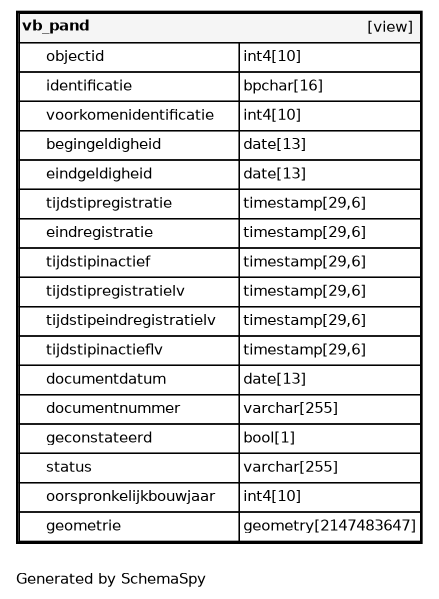
Above: datamodel/schemaspy/bag/diagrams/tables/vb_pand.1degree.png in B3Partners/brmo (Graphviz), before the change. Its source is kept beside it as datamodel/schemaspy/bag/diagrams/tables/vb_pand.1degree.dot. Source of this version:
```dot
digraph "oneDegreeRelationshipsDiagram" {
  graph [    rankdir="RL"    bgcolor="#ffffff"    label="\nGenerated by SchemaSpy"    labeljust="l"    nodesep="0.18"    ranksep="0.46"    fontname="Helvetica"    fontsize="11"    ration="compress"  ];  node [    fontname="Helvetica"    fontsize="11"    shape="plaintext"  ];  edge [    arrowsize="0.8"  ];
  "vb_pand" [
   label=<
    <TABLE BORDER="2" CELLBORDER="1" CELLSPACING="0" BGCOLOR="#ffffff">
      <TR><TD COLSPAN="4"  BGCOLOR="#f5f5f5"><TABLE BORDER="0" CELLSPACING="0"><TR><TD ALIGN="LEFT" FIXEDSIZE="TRUE" WIDTH="49" HEIGHT="16"><B>vb_pand</B></TD><TD ALIGN="RIGHT">[view]</TD></TR></TABLE></TD></TR>
      <TR><TD PORT="objectid" COLSPAN="2" ALIGN="LEFT"><TABLE BORDER="0" CELLSPACING="0" ALIGN="LEFT"><TR ALIGN="LEFT"><TD ALIGN="LEFT" FIXEDSIZE="TRUE" WIDTH="15" HEIGHT="16"></TD><TD ALIGN="LEFT" FIXEDSIZE="TRUE" WIDTH="144" HEIGHT="16">objectid</TD></TR></TABLE></TD><TD PORT="objectid.type" ALIGN="LEFT">int4[10]</TD></TR>
      <TR><TD PORT="identificatie" COLSPAN="2" ALIGN="LEFT"><TABLE BORDER="0" CELLSPACING="0" ALIGN="LEFT"><TR ALIGN="LEFT"><TD ALIGN="LEFT" FIXEDSIZE="TRUE" WIDTH="15" HEIGHT="16"></TD><TD ALIGN="LEFT" FIXEDSIZE="TRUE" WIDTH="144" HEIGHT="16">identificatie</TD></TR></TABLE></TD><TD PORT="identificatie.type" ALIGN="LEFT">bpchar[16]</TD></TR>
      <TR><TD PORT="voorkomenidentificatie" COLSPAN="2" ALIGN="LEFT"><TABLE BORDER="0" CELLSPACING="0" ALIGN="LEFT"><TR ALIGN="LEFT"><TD ALIGN="LEFT" FIXEDSIZE="TRUE" WIDTH="15" HEIGHT="16"></TD><TD ALIGN="LEFT" FIXEDSIZE="TRUE" WIDTH="144" HEIGHT="16">voorkomenidentificatie</TD></TR></TABLE></TD><TD PORT="voorkomenidentificatie.type" ALIGN="LEFT">int4[10]</TD></TR>
      <TR><TD PORT="begingeldigheid" COLSPAN="2" ALIGN="LEFT"><TABLE BORDER="0" CELLSPACING="0" ALIGN="LEFT"><TR ALIGN="LEFT"><TD ALIGN="LEFT" FIXEDSIZE="TRUE" WIDTH="15" HEIGHT="16"></TD><TD ALIGN="LEFT" FIXEDSIZE="TRUE" WIDTH="144" HEIGHT="16">begingeldigheid</TD></TR></TABLE></TD><TD PORT="begingeldigheid.type" ALIGN="LEFT">date[13]</TD></TR>
      <TR><TD PORT="eindgeldigheid" COLSPAN="2" ALIGN="LEFT"><TABLE BORDER="0" CELLSPACING="0" ALIGN="LEFT"><TR ALIGN="LEFT"><TD ALIGN="LEFT" FIXEDSIZE="TRUE" WIDTH="15" HEIGHT="16"></TD><TD ALIGN="LEFT" FIXEDSIZE="TRUE" WIDTH="144" HEIGHT="16">eindgeldigheid</TD></TR></TABLE></TD><TD PORT="eindgeldigheid.type" ALIGN="LEFT">date[13]</TD></TR>
      <TR><TD PORT="tijdstipregistratie" COLSPAN="2" ALIGN="LEFT"><TABLE BORDER="0" CELLSPACING="0" ALIGN="LEFT"><TR ALIGN="LEFT"><TD ALIGN="LEFT" FIXEDSIZE="TRUE" WIDTH="15" HEIGHT="16"></TD><TD ALIGN="LEFT" FIXEDSIZE="TRUE" WIDTH="144" HEIGHT="16">tijdstipregistratie</TD></TR></TABLE></TD><TD PORT="tijdstipregistratie.type" ALIGN="LEFT">timestamp[29,6]</TD></TR>
      <TR><TD PORT="eindregistratie" COLSPAN="2" ALIGN="LEFT"><TABLE BORDER="0" CELLSPACING="0" ALIGN="LEFT"><TR ALIGN="LEFT"><TD ALIGN="LEFT" FIXEDSIZE="TRUE" WIDTH="15" HEIGHT="16"></TD><TD ALIGN="LEFT" FIXEDSIZE="TRUE" WIDTH="144" HEIGHT="16">eindregistratie</TD></TR></TABLE></TD><TD PORT="eindregistratie.type" ALIGN="LEFT">timestamp[29,6]</TD></TR>
      <TR><TD PORT="tijdstipinactief" COLSPAN="2" ALIGN="LEFT"><TABLE BORDER="0" CELLSPACING="0" ALIGN="LEFT"><TR ALIGN="LEFT"><TD ALIGN="LEFT" FIXEDSIZE="TRUE" WIDTH="15" HEIGHT="16"></TD><TD ALIGN="LEFT" FIXEDSIZE="TRUE" WIDTH="144" HEIGHT="16">tijdstipinactief</TD></TR></TABLE></TD><TD PORT="tijdstipinactief.type" ALIGN="LEFT">timestamp[29,6]</TD></TR>
      <TR><TD PORT="tijdstipregistratielv" COLSPAN="2" ALIGN="LEFT"><TABLE BORDER="0" CELLSPACING="0" ALIGN="LEFT"><TR ALIGN="LEFT"><TD ALIGN="LEFT" FIXEDSIZE="TRUE" WIDTH="15" HEIGHT="16"></TD><TD ALIGN="LEFT" FIXEDSIZE="TRUE" WIDTH="144" HEIGHT="16">tijdstipregistratielv</TD></TR></TABLE></TD><TD PORT="tijdstipregistratielv.type" ALIGN="LEFT">timestamp[29,6]</TD></TR>
      <TR><TD PORT="tijdstipeindregistratielv" COLSPAN="2" ALIGN="LEFT"><TABLE BORDER="0" CELLSPACING="0" ALIGN="LEFT"><TR ALIGN="LEFT"><TD ALIGN="LEFT" FIXEDSIZE="TRUE" WIDTH="15" HEIGHT="16"></TD><TD ALIGN="LEFT" FIXEDSIZE="TRUE" WIDTH="144" HEIGHT="16">tijdstipeindregistratielv</TD></TR></TABLE></TD><TD PORT="tijdstipeindregistratielv.type" ALIGN="LEFT">timestamp[29,6]</TD></TR>
      <TR><TD PORT="tijdstipinactieflv" COLSPAN="2" ALIGN="LEFT"><TABLE BORDER="0" CELLSPACING="0" ALIGN="LEFT"><TR ALIGN="LEFT"><TD ALIGN="LEFT" FIXEDSIZE="TRUE" WIDTH="15" HEIGHT="16"></TD><TD ALIGN="LEFT" FIXEDSIZE="TRUE" WIDTH="144" HEIGHT="16">tijdstipinactieflv</TD></TR></TABLE></TD><TD PORT="tijdstipinactieflv.type" ALIGN="LEFT">timestamp[29,6]</TD></TR>
      <TR><TD PORT="documentdatum" COLSPAN="2" ALIGN="LEFT"><TABLE BORDER="0" CELLSPACING="0" ALIGN="LEFT"><TR ALIGN="LEFT"><TD ALIGN="LEFT" FIXEDSIZE="TRUE" WIDTH="15" HEIGHT="16"></TD><TD ALIGN="LEFT" FIXEDSIZE="TRUE" WIDTH="144" HEIGHT="16">documentdatum</TD></TR></TABLE></TD><TD PORT="documentdatum.type" ALIGN="LEFT">date[13]</TD></TR>
      <TR><TD PORT="documentnummer" COLSPAN="2" ALIGN="LEFT"><TABLE BORDER="0" CELLSPACING="0" ALIGN="LEFT"><TR ALIGN="LEFT"><TD ALIGN="LEFT" FIXEDSIZE="TRUE" WIDTH="15" HEIGHT="16"></TD><TD ALIGN="LEFT" FIXEDSIZE="TRUE" WIDTH="144" HEIGHT="16">documentnummer</TD></TR></TABLE></TD><TD PORT="documentnummer.type" ALIGN="LEFT">varchar[255]</TD></TR>
      <TR><TD PORT="geconstateerd" COLSPAN="2" ALIGN="LEFT"><TABLE BORDER="0" CELLSPACING="0" ALIGN="LEFT"><TR ALIGN="LEFT"><TD ALIGN="LEFT" FIXEDSIZE="TRUE" WIDTH="15" HEIGHT="16"></TD><TD ALIGN="LEFT" FIXEDSIZE="TRUE" WIDTH="144" HEIGHT="16">geconstateerd</TD></TR></TABLE></TD><TD PORT="geconstateerd.type" ALIGN="LEFT">bool[1]</TD></TR>
      <TR><TD PORT="status" COLSPAN="2" ALIGN="LEFT"><TABLE BORDER="0" CELLSPACING="0" ALIGN="LEFT"><TR ALIGN="LEFT"><TD ALIGN="LEFT" FIXEDSIZE="TRUE" WIDTH="15" HEIGHT="16"></TD><TD ALIGN="LEFT" FIXEDSIZE="TRUE" WIDTH="144" HEIGHT="16">status</TD></TR></TABLE></TD><TD PORT="status.type" ALIGN="LEFT">varchar[255]</TD></TR>
      <TR><TD PORT="oorspronkelijkbouwjaar" COLSPAN="2" ALIGN="LEFT"><TABLE BORDER="0" CELLSPACING="0" ALIGN="LEFT"><TR ALIGN="LEFT"><TD ALIGN="LEFT" FIXEDSIZE="TRUE" WIDTH="15" HEIGHT="16"></TD><TD ALIGN="LEFT" FIXEDSIZE="TRUE" WIDTH="144" HEIGHT="16">oorspronkelijkbouwjaar</TD></TR></TABLE></TD><TD PORT="oorspronkelijkbouwjaar.type" ALIGN="LEFT">int4[10]</TD></TR>
      <TR><TD PORT="geometrie" COLSPAN="2" ALIGN="LEFT"><TABLE BORDER="0" CELLSPACING="0" ALIGN="LEFT"><TR ALIGN="LEFT"><TD ALIGN="LEFT" FIXEDSIZE="TRUE" WIDTH="15" HEIGHT="16"></TD><TD ALIGN="LEFT" FIXEDSIZE="TRUE" WIDTH="144" HEIGHT="16">geometrie</TD></TR></TABLE></TD><TD PORT="geometrie.type" ALIGN="LEFT">geometry[2147483647]</TD></TR>
    </TABLE>>
    URL="vb_pand.html"
    target="_top"
    tooltip="vb_pand"
  ];
}
```
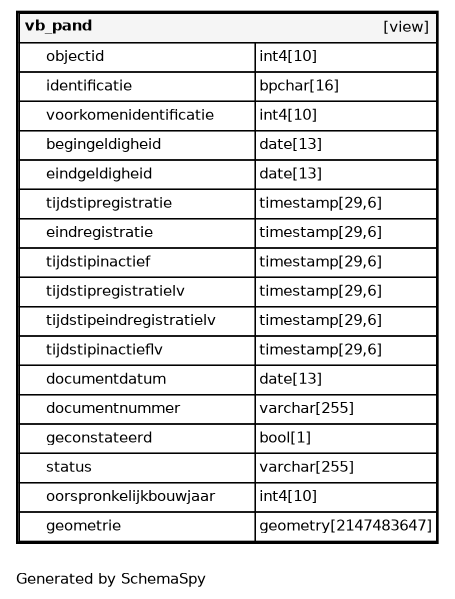
Later version of the same file.

Diff of the diagram source:
```diff
@@ -1,26 +1,26 @@
 digraph "oneDegreeRelationshipsDiagram" {
-  graph [    rankdir="RL"    bgcolor="#ffffff"    label="\nGenerated by SchemaSpy"    labeljust="l"    nodesep="0.18"    ranksep="0.46"    fontname="Helvetica"    fontsize="11"    ration="compress"  ];  node [    fontname="Helvetica"    fontsize="11"    shape="plaintext"  ];  edge [    arrowsize="0.8"  ];
+  graph [    rankdir="RL"    bgcolor="#ffffff"    label="\nGenerated by SchemaSpy"    labeljust="l"    nodesep="0.18"    ranksep="0.46"    fontname="Helvetica"    fontsize="11"    packmode="graph"  ];  node [    fontname="Helvetica"    fontsize="11"    shape="plaintext"  ];  edge [    arrowsize="0.8"  ];
   "vb_pand" [
    label=<
     <TABLE BORDER="2" CELLBORDER="1" CELLSPACING="0" BGCOLOR="#ffffff">
-      <TR><TD COLSPAN="4"  BGCOLOR="#f5f5f5"><TABLE BORDER="0" CELLSPACING="0"><TR><TD ALIGN="LEFT" FIXEDSIZE="TRUE" WIDTH="49" HEIGHT="16"><B>vb_pand</B></TD><TD ALIGN="RIGHT">[view]</TD></TR></TABLE></TD></TR>
-      <TR><TD PORT="objectid" COLSPAN="2" ALIGN="LEFT"><TABLE BORDER="0" CELLSPACING="0" ALIGN="LEFT"><TR ALIGN="LEFT"><TD ALIGN="LEFT" FIXEDSIZE="TRUE" WIDTH="15" HEIGHT="16"></TD><TD ALIGN="LEFT" FIXEDSIZE="TRUE" WIDTH="144" HEIGHT="16">objectid</TD></TR></TABLE></TD><TD PORT="objectid.type" ALIGN="LEFT">int4[10]</TD></TR>
-      <TR><TD PORT="identificatie" COLSPAN="2" ALIGN="LEFT"><TABLE BORDER="0" CELLSPACING="0" ALIGN="LEFT"><TR ALIGN="LEFT"><TD ALIGN="LEFT" FIXEDSIZE="TRUE" WIDTH="15" HEIGHT="16"></TD><TD ALIGN="LEFT" FIXEDSIZE="TRUE" WIDTH="144" HEIGHT="16">identificatie</TD></TR></TABLE></TD><TD PORT="identificatie.type" ALIGN="LEFT">bpchar[16]</TD></TR>
-      <TR><TD PORT="voorkomenidentificatie" COLSPAN="2" ALIGN="LEFT"><TABLE BORDER="0" CELLSPACING="0" ALIGN="LEFT"><TR ALIGN="LEFT"><TD ALIGN="LEFT" FIXEDSIZE="TRUE" WIDTH="15" HEIGHT="16"></TD><TD ALIGN="LEFT" FIXEDSIZE="TRUE" WIDTH="144" HEIGHT="16">voorkomenidentificatie</TD></TR></TABLE></TD><TD PORT="voorkomenidentificatie.type" ALIGN="LEFT">int4[10]</TD></TR>
-      <TR><TD PORT="begingeldigheid" COLSPAN="2" ALIGN="LEFT"><TABLE BORDER="0" CELLSPACING="0" ALIGN="LEFT"><TR ALIGN="LEFT"><TD ALIGN="LEFT" FIXEDSIZE="TRUE" WIDTH="15" HEIGHT="16"></TD><TD ALIGN="LEFT" FIXEDSIZE="TRUE" WIDTH="144" HEIGHT="16">begingeldigheid</TD></TR></TABLE></TD><TD PORT="begingeldigheid.type" ALIGN="LEFT">date[13]</TD></TR>
-      <TR><TD PORT="eindgeldigheid" COLSPAN="2" ALIGN="LEFT"><TABLE BORDER="0" CELLSPACING="0" ALIGN="LEFT"><TR ALIGN="LEFT"><TD ALIGN="LEFT" FIXEDSIZE="TRUE" WIDTH="15" HEIGHT="16"></TD><TD ALIGN="LEFT" FIXEDSIZE="TRUE" WIDTH="144" HEIGHT="16">eindgeldigheid</TD></TR></TABLE></TD><TD PORT="eindgeldigheid.type" ALIGN="LEFT">date[13]</TD></TR>
-      <TR><TD PORT="tijdstipregistratie" COLSPAN="2" ALIGN="LEFT"><TABLE BORDER="0" CELLSPACING="0" ALIGN="LEFT"><TR ALIGN="LEFT"><TD ALIGN="LEFT" FIXEDSIZE="TRUE" WIDTH="15" HEIGHT="16"></TD><TD ALIGN="LEFT" FIXEDSIZE="TRUE" WIDTH="144" HEIGHT="16">tijdstipregistratie</TD></TR></TABLE></TD><TD PORT="tijdstipregistratie.type" ALIGN="LEFT">timestamp[29,6]</TD></TR>
-      <TR><TD PORT="eindregistratie" COLSPAN="2" ALIGN="LEFT"><TABLE BORDER="0" CELLSPACING="0" ALIGN="LEFT"><TR ALIGN="LEFT"><TD ALIGN="LEFT" FIXEDSIZE="TRUE" WIDTH="15" HEIGHT="16"></TD><TD ALIGN="LEFT" FIXEDSIZE="TRUE" WIDTH="144" HEIGHT="16">eindregistratie</TD></TR></TABLE></TD><TD PORT="eindregistratie.type" ALIGN="LEFT">timestamp[29,6]</TD></TR>
-      <TR><TD PORT="tijdstipinactief" COLSPAN="2" ALIGN="LEFT"><TABLE BORDER="0" CELLSPACING="0" ALIGN="LEFT"><TR ALIGN="LEFT"><TD ALIGN="LEFT" FIXEDSIZE="TRUE" WIDTH="15" HEIGHT="16"></TD><TD ALIGN="LEFT" FIXEDSIZE="TRUE" WIDTH="144" HEIGHT="16">tijdstipinactief</TD></TR></TABLE></TD><TD PORT="tijdstipinactief.type" ALIGN="LEFT">timestamp[29,6]</TD></TR>
-      <TR><TD PORT="tijdstipregistratielv" COLSPAN="2" ALIGN="LEFT"><TABLE BORDER="0" CELLSPACING="0" ALIGN="LEFT"><TR ALIGN="LEFT"><TD ALIGN="LEFT" FIXEDSIZE="TRUE" WIDTH="15" HEIGHT="16"></TD><TD ALIGN="LEFT" FIXEDSIZE="TRUE" WIDTH="144" HEIGHT="16">tijdstipregistratielv</TD></TR></TABLE></TD><TD PORT="tijdstipregistratielv.type" ALIGN="LEFT">timestamp[29,6]</TD></TR>
-      <TR><TD PORT="tijdstipeindregistratielv" COLSPAN="2" ALIGN="LEFT"><TABLE BORDER="0" CELLSPACING="0" ALIGN="LEFT"><TR ALIGN="LEFT"><TD ALIGN="LEFT" FIXEDSIZE="TRUE" WIDTH="15" HEIGHT="16"></TD><TD ALIGN="LEFT" FIXEDSIZE="TRUE" WIDTH="144" HEIGHT="16">tijdstipeindregistratielv</TD></TR></TABLE></TD><TD PORT="tijdstipeindregistratielv.type" ALIGN="LEFT">timestamp[29,6]</TD></TR>
-      <TR><TD PORT="tijdstipinactieflv" COLSPAN="2" ALIGN="LEFT"><TABLE BORDER="0" CELLSPACING="0" ALIGN="LEFT"><TR ALIGN="LEFT"><TD ALIGN="LEFT" FIXEDSIZE="TRUE" WIDTH="15" HEIGHT="16"></TD><TD ALIGN="LEFT" FIXEDSIZE="TRUE" WIDTH="144" HEIGHT="16">tijdstipinactieflv</TD></TR></TABLE></TD><TD PORT="tijdstipinactieflv.type" ALIGN="LEFT">timestamp[29,6]</TD></TR>
-      <TR><TD PORT="documentdatum" COLSPAN="2" ALIGN="LEFT"><TABLE BORDER="0" CELLSPACING="0" ALIGN="LEFT"><TR ALIGN="LEFT"><TD ALIGN="LEFT" FIXEDSIZE="TRUE" WIDTH="15" HEIGHT="16"></TD><TD ALIGN="LEFT" FIXEDSIZE="TRUE" WIDTH="144" HEIGHT="16">documentdatum</TD></TR></TABLE></TD><TD PORT="documentdatum.type" ALIGN="LEFT">date[13]</TD></TR>
-      <TR><TD PORT="documentnummer" COLSPAN="2" ALIGN="LEFT"><TABLE BORDER="0" CELLSPACING="0" ALIGN="LEFT"><TR ALIGN="LEFT"><TD ALIGN="LEFT" FIXEDSIZE="TRUE" WIDTH="15" HEIGHT="16"></TD><TD ALIGN="LEFT" FIXEDSIZE="TRUE" WIDTH="144" HEIGHT="16">documentnummer</TD></TR></TABLE></TD><TD PORT="documentnummer.type" ALIGN="LEFT">varchar[255]</TD></TR>
-      <TR><TD PORT="geconstateerd" COLSPAN="2" ALIGN="LEFT"><TABLE BORDER="0" CELLSPACING="0" ALIGN="LEFT"><TR ALIGN="LEFT"><TD ALIGN="LEFT" FIXEDSIZE="TRUE" WIDTH="15" HEIGHT="16"></TD><TD ALIGN="LEFT" FIXEDSIZE="TRUE" WIDTH="144" HEIGHT="16">geconstateerd</TD></TR></TABLE></TD><TD PORT="geconstateerd.type" ALIGN="LEFT">bool[1]</TD></TR>
-      <TR><TD PORT="status" COLSPAN="2" ALIGN="LEFT"><TABLE BORDER="0" CELLSPACING="0" ALIGN="LEFT"><TR ALIGN="LEFT"><TD ALIGN="LEFT" FIXEDSIZE="TRUE" WIDTH="15" HEIGHT="16"></TD><TD ALIGN="LEFT" FIXEDSIZE="TRUE" WIDTH="144" HEIGHT="16">status</TD></TR></TABLE></TD><TD PORT="status.type" ALIGN="LEFT">varchar[255]</TD></TR>
-      <TR><TD PORT="oorspronkelijkbouwjaar" COLSPAN="2" ALIGN="LEFT"><TABLE BORDER="0" CELLSPACING="0" ALIGN="LEFT"><TR ALIGN="LEFT"><TD ALIGN="LEFT" FIXEDSIZE="TRUE" WIDTH="15" HEIGHT="16"></TD><TD ALIGN="LEFT" FIXEDSIZE="TRUE" WIDTH="144" HEIGHT="16">oorspronkelijkbouwjaar</TD></TR></TABLE></TD><TD PORT="oorspronkelijkbouwjaar.type" ALIGN="LEFT">int4[10]</TD></TR>
-      <TR><TD PORT="geometrie" COLSPAN="2" ALIGN="LEFT"><TABLE BORDER="0" CELLSPACING="0" ALIGN="LEFT"><TR ALIGN="LEFT"><TD ALIGN="LEFT" FIXEDSIZE="TRUE" WIDTH="15" HEIGHT="16"></TD><TD ALIGN="LEFT" FIXEDSIZE="TRUE" WIDTH="144" HEIGHT="16">geometrie</TD></TR></TABLE></TD><TD PORT="geometrie.type" ALIGN="LEFT">geometry[2147483647]</TD></TR>
+      <TR><TD COLSPAN="4"  BGCOLOR="#f5f5f5"><TABLE BORDER="0" CELLSPACING="0"><TR><TD ALIGN="LEFT" FIXEDSIZE="TRUE" WIDTH="53" HEIGHT="16"><B>vb_pand</B></TD><TD ALIGN="RIGHT">[view]</TD></TR></TABLE></TD></TR>
+      <TR><TD PORT="objectid" COLSPAN="2" ALIGN="LEFT"><TABLE BORDER="0" CELLSPACING="0" ALIGN="LEFT"><TR ALIGN="LEFT"><TD ALIGN="LEFT" FIXEDSIZE="TRUE" WIDTH="15" HEIGHT="16"></TD><TD ALIGN="LEFT" FIXEDSIZE="TRUE" WIDTH="156" HEIGHT="16">objectid</TD></TR></TABLE></TD><TD PORT="objectid.type" ALIGN="LEFT">int4[10]</TD></TR>
+      <TR><TD PORT="identificatie" COLSPAN="2" ALIGN="LEFT"><TABLE BORDER="0" CELLSPACING="0" ALIGN="LEFT"><TR ALIGN="LEFT"><TD ALIGN="LEFT" FIXEDSIZE="TRUE" WIDTH="15" HEIGHT="16"></TD><TD ALIGN="LEFT" FIXEDSIZE="TRUE" WIDTH="156" HEIGHT="16">identificatie</TD></TR></TABLE></TD><TD PORT="identificatie.type" ALIGN="LEFT">bpchar[16]</TD></TR>
+      <TR><TD PORT="voorkomenidentificatie" COLSPAN="2" ALIGN="LEFT"><TABLE BORDER="0" CELLSPACING="0" ALIGN="LEFT"><TR ALIGN="LEFT"><TD ALIGN="LEFT" FIXEDSIZE="TRUE" WIDTH="15" HEIGHT="16"></TD><TD ALIGN="LEFT" FIXEDSIZE="TRUE" WIDTH="156" HEIGHT="16">voorkomenidentificatie</TD></TR></TABLE></TD><TD PORT="voorkomenidentificatie.type" ALIGN="LEFT">int4[10]</TD></TR>
+      <TR><TD PORT="begingeldigheid" COLSPAN="2" ALIGN="LEFT"><TABLE BORDER="0" CELLSPACING="0" ALIGN="LEFT"><TR ALIGN="LEFT"><TD ALIGN="LEFT" FIXEDSIZE="TRUE" WIDTH="15" HEIGHT="16"></TD><TD ALIGN="LEFT" FIXEDSIZE="TRUE" WIDTH="156" HEIGHT="16">begingeldigheid</TD></TR></TABLE></TD><TD PORT="begingeldigheid.type" ALIGN="LEFT">date[13]</TD></TR>
+      <TR><TD PORT="eindgeldigheid" COLSPAN="2" ALIGN="LEFT"><TABLE BORDER="0" CELLSPACING="0" ALIGN="LEFT"><TR ALIGN="LEFT"><TD ALIGN="LEFT" FIXEDSIZE="TRUE" WIDTH="15" HEIGHT="16"></TD><TD ALIGN="LEFT" FIXEDSIZE="TRUE" WIDTH="156" HEIGHT="16">eindgeldigheid</TD></TR></TABLE></TD><TD PORT="eindgeldigheid.type" ALIGN="LEFT">date[13]</TD></TR>
+      <TR><TD PORT="tijdstipregistratie" COLSPAN="2" ALIGN="LEFT"><TABLE BORDER="0" CELLSPACING="0" ALIGN="LEFT"><TR ALIGN="LEFT"><TD ALIGN="LEFT" FIXEDSIZE="TRUE" WIDTH="15" HEIGHT="16"></TD><TD ALIGN="LEFT" FIXEDSIZE="TRUE" WIDTH="156" HEIGHT="16">tijdstipregistratie</TD></TR></TABLE></TD><TD PORT="tijdstipregistratie.type" ALIGN="LEFT">timestamp[29,6]</TD></TR>
+      <TR><TD PORT="eindregistratie" COLSPAN="2" ALIGN="LEFT"><TABLE BORDER="0" CELLSPACING="0" ALIGN="LEFT"><TR ALIGN="LEFT"><TD ALIGN="LEFT" FIXEDSIZE="TRUE" WIDTH="15" HEIGHT="16"></TD><TD ALIGN="LEFT" FIXEDSIZE="TRUE" WIDTH="156" HEIGHT="16">eindregistratie</TD></TR></TABLE></TD><TD PORT="eindregistratie.type" ALIGN="LEFT">timestamp[29,6]</TD></TR>
+      <TR><TD PORT="tijdstipinactief" COLSPAN="2" ALIGN="LEFT"><TABLE BORDER="0" CELLSPACING="0" ALIGN="LEFT"><TR ALIGN="LEFT"><TD ALIGN="LEFT" FIXEDSIZE="TRUE" WIDTH="15" HEIGHT="16"></TD><TD ALIGN="LEFT" FIXEDSIZE="TRUE" WIDTH="156" HEIGHT="16">tijdstipinactief</TD></TR></TABLE></TD><TD PORT="tijdstipinactief.type" ALIGN="LEFT">timestamp[29,6]</TD></TR>
+      <TR><TD PORT="tijdstipregistratielv" COLSPAN="2" ALIGN="LEFT"><TABLE BORDER="0" CELLSPACING="0" ALIGN="LEFT"><TR ALIGN="LEFT"><TD ALIGN="LEFT" FIXEDSIZE="TRUE" WIDTH="15" HEIGHT="16"></TD><TD ALIGN="LEFT" FIXEDSIZE="TRUE" WIDTH="156" HEIGHT="16">tijdstipregistratielv</TD></TR></TABLE></TD><TD PORT="tijdstipregistratielv.type" ALIGN="LEFT">timestamp[29,6]</TD></TR>
+      <TR><TD PORT="tijdstipeindregistratielv" COLSPAN="2" ALIGN="LEFT"><TABLE BORDER="0" CELLSPACING="0" ALIGN="LEFT"><TR ALIGN="LEFT"><TD ALIGN="LEFT" FIXEDSIZE="TRUE" WIDTH="15" HEIGHT="16"></TD><TD ALIGN="LEFT" FIXEDSIZE="TRUE" WIDTH="156" HEIGHT="16">tijdstipeindregistratielv</TD></TR></TABLE></TD><TD PORT="tijdstipeindregistratielv.type" ALIGN="LEFT">timestamp[29,6]</TD></TR>
+      <TR><TD PORT="tijdstipinactieflv" COLSPAN="2" ALIGN="LEFT"><TABLE BORDER="0" CELLSPACING="0" ALIGN="LEFT"><TR ALIGN="LEFT"><TD ALIGN="LEFT" FIXEDSIZE="TRUE" WIDTH="15" HEIGHT="16"></TD><TD ALIGN="LEFT" FIXEDSIZE="TRUE" WIDTH="156" HEIGHT="16">tijdstipinactieflv</TD></TR></TABLE></TD><TD PORT="tijdstipinactieflv.type" ALIGN="LEFT">timestamp[29,6]</TD></TR>
+      <TR><TD PORT="documentdatum" COLSPAN="2" ALIGN="LEFT"><TABLE BORDER="0" CELLSPACING="0" ALIGN="LEFT"><TR ALIGN="LEFT"><TD ALIGN="LEFT" FIXEDSIZE="TRUE" WIDTH="15" HEIGHT="16"></TD><TD ALIGN="LEFT" FIXEDSIZE="TRUE" WIDTH="156" HEIGHT="16">documentdatum</TD></TR></TABLE></TD><TD PORT="documentdatum.type" ALIGN="LEFT">date[13]</TD></TR>
+      <TR><TD PORT="documentnummer" COLSPAN="2" ALIGN="LEFT"><TABLE BORDER="0" CELLSPACING="0" ALIGN="LEFT"><TR ALIGN="LEFT"><TD ALIGN="LEFT" FIXEDSIZE="TRUE" WIDTH="15" HEIGHT="16"></TD><TD ALIGN="LEFT" FIXEDSIZE="TRUE" WIDTH="156" HEIGHT="16">documentnummer</TD></TR></TABLE></TD><TD PORT="documentnummer.type" ALIGN="LEFT">varchar[255]</TD></TR>
+      <TR><TD PORT="geconstateerd" COLSPAN="2" ALIGN="LEFT"><TABLE BORDER="0" CELLSPACING="0" ALIGN="LEFT"><TR ALIGN="LEFT"><TD ALIGN="LEFT" FIXEDSIZE="TRUE" WIDTH="15" HEIGHT="16"></TD><TD ALIGN="LEFT" FIXEDSIZE="TRUE" WIDTH="156" HEIGHT="16">geconstateerd</TD></TR></TABLE></TD><TD PORT="geconstateerd.type" ALIGN="LEFT">bool[1]</TD></TR>
+      <TR><TD PORT="status" COLSPAN="2" ALIGN="LEFT"><TABLE BORDER="0" CELLSPACING="0" ALIGN="LEFT"><TR ALIGN="LEFT"><TD ALIGN="LEFT" FIXEDSIZE="TRUE" WIDTH="15" HEIGHT="16"></TD><TD ALIGN="LEFT" FIXEDSIZE="TRUE" WIDTH="156" HEIGHT="16">status</TD></TR></TABLE></TD><TD PORT="status.type" ALIGN="LEFT">varchar[255]</TD></TR>
+      <TR><TD PORT="oorspronkelijkbouwjaar" COLSPAN="2" ALIGN="LEFT"><TABLE BORDER="0" CELLSPACING="0" ALIGN="LEFT"><TR ALIGN="LEFT"><TD ALIGN="LEFT" FIXEDSIZE="TRUE" WIDTH="15" HEIGHT="16"></TD><TD ALIGN="LEFT" FIXEDSIZE="TRUE" WIDTH="156" HEIGHT="16">oorspronkelijkbouwjaar</TD></TR></TABLE></TD><TD PORT="oorspronkelijkbouwjaar.type" ALIGN="LEFT">int4[10]</TD></TR>
+      <TR><TD PORT="geometrie" COLSPAN="2" ALIGN="LEFT"><TABLE BORDER="0" CELLSPACING="0" ALIGN="LEFT"><TR ALIGN="LEFT"><TD ALIGN="LEFT" FIXEDSIZE="TRUE" WIDTH="15" HEIGHT="16"></TD><TD ALIGN="LEFT" FIXEDSIZE="TRUE" WIDTH="156" HEIGHT="16">geometrie</TD></TR></TABLE></TD><TD PORT="geometrie.type" ALIGN="LEFT">geometry[2147483647]</TD></TR>
     </TABLE>>
     URL="vb_pand.html"
     target="_top"
```
